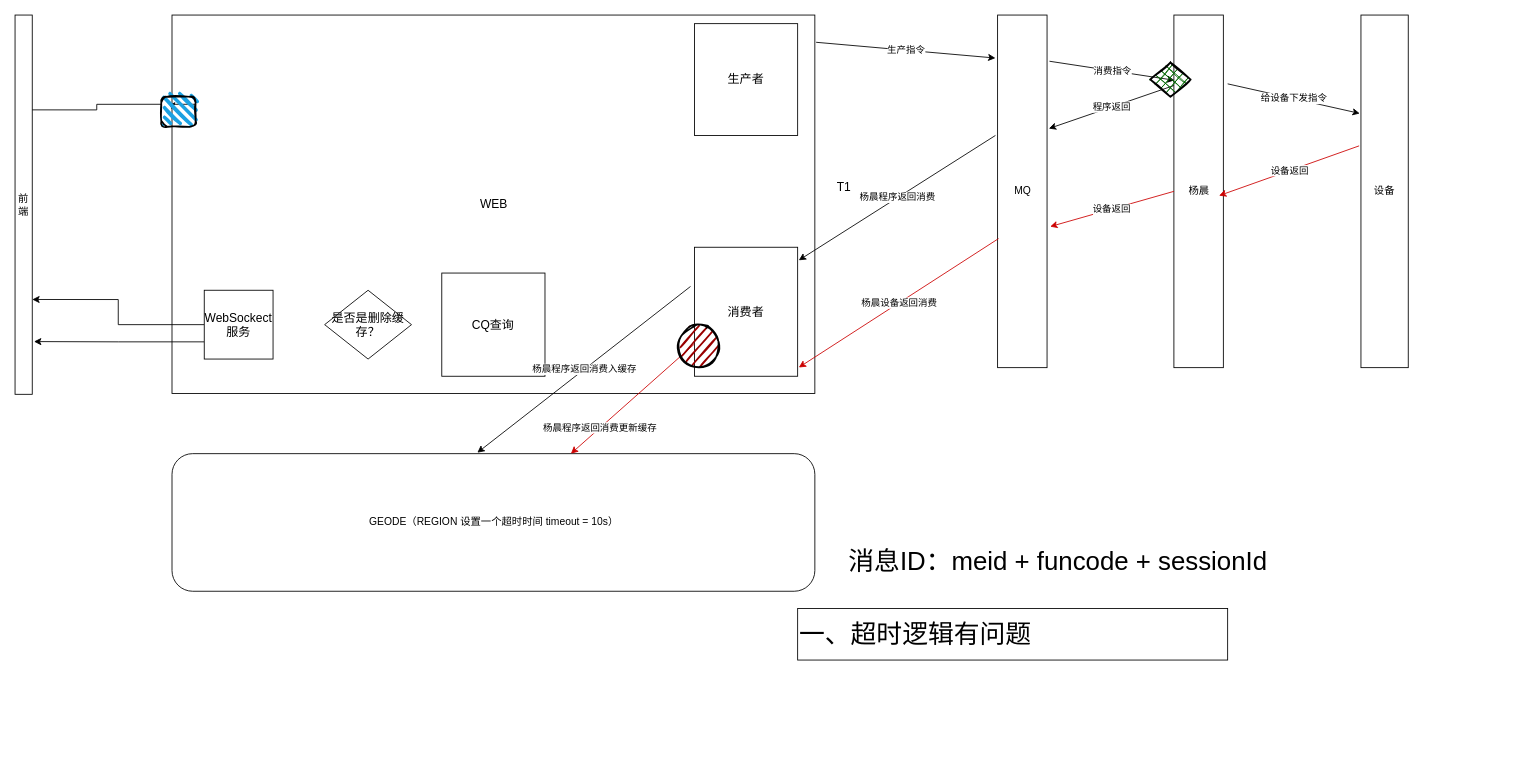
The draw.io diagram test.drawio in zm52hz/test1, before the edit. Source tidied: cells renumbered, new cells numbered last; positions are measured from the earlier drawing's top-left corner, leaving out a move shared by most shapes. Both pictures are drawn from the tidied source at 86%, with x=0, y=0 at pixel (15, 15).
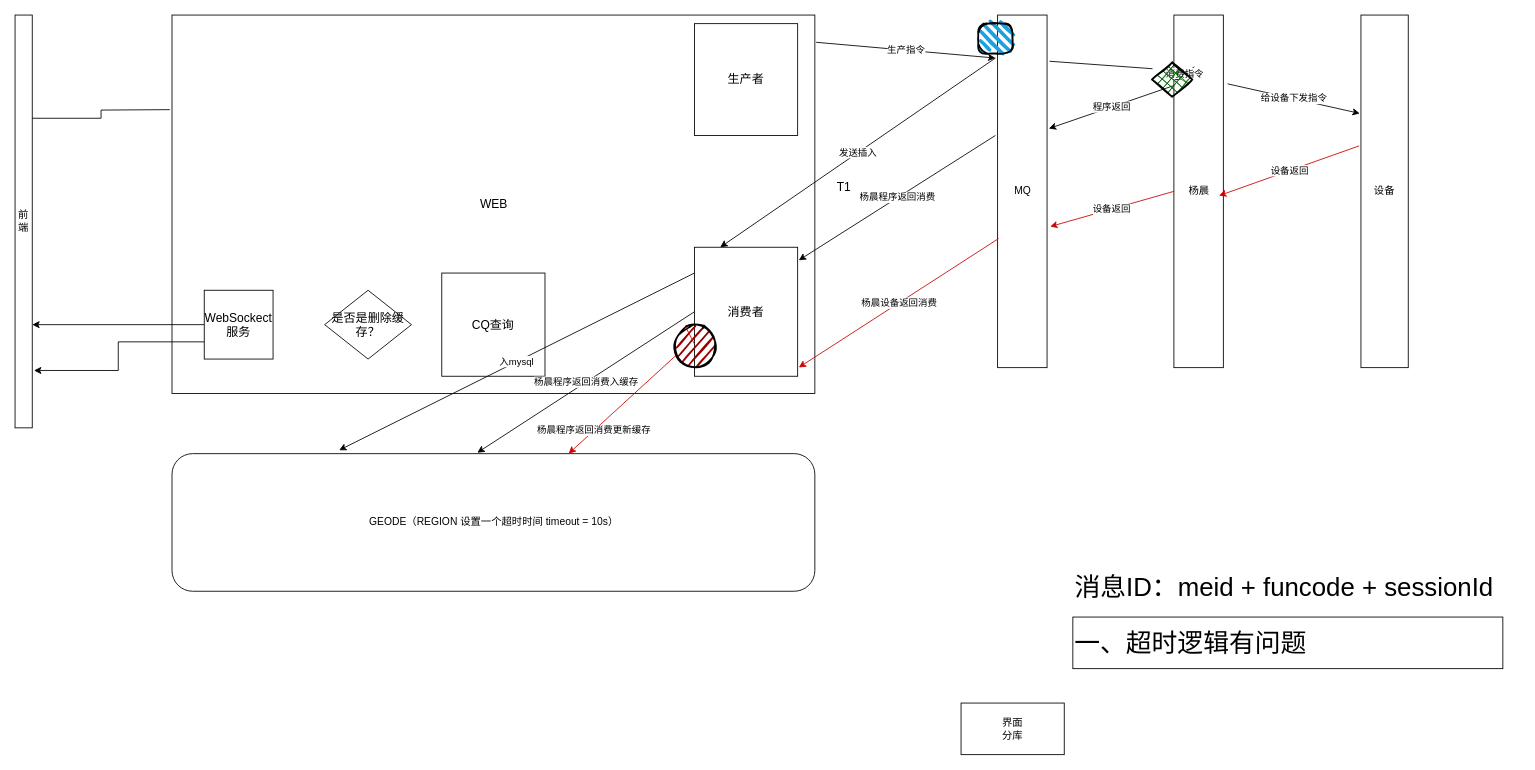
The same diagram, later.

Unchanged cells that the change refers to:
```xml
<mxCell id="2" value="WEB" style="rounded=0;whiteSpace=wrap;html=1;fontSize=14;" parent="1" vertex="1">
  <mxGeometry x="182.5" width="747.5" height="440" as="geometry" />
</mxCell>
<mxCell id="5" value="MQ" style="rounded=0;whiteSpace=wrap;html=1;" parent="1" vertex="1">
  <mxGeometry x="1142.5" width="57.5" height="410" as="geometry" />
</mxCell>
<mxCell id="6" value="杨晨" style="rounded=0;whiteSpace=wrap;html=1;" parent="1" vertex="1">
  <mxGeometry x="1347.5" width="57.5" height="410" as="geometry" />
</mxCell>
<mxCell id="15" value="GEODE（REGION 设置一个超时时间 timeout = 10s）" style="rounded=1;whiteSpace=wrap;html=1;" parent="1" vertex="1">
  <mxGeometry x="182.5" y="510" width="747.5" height="160" as="geometry" />
</mxCell>
<mxCell id="16" value="消费者" style="rounded=0;whiteSpace=wrap;html=1;fontSize=14;" parent="1" vertex="1">
  <mxGeometry x="790" y="270" width="120" height="150" as="geometry" />
</mxCell>
```

Change to the diagram source:
```diff
@@
-    <mxCell id="3" style="edgeStyle=orthogonalEdgeStyle;rounded=0;jettySize=auto;html=1;exitX=1;exitY=0.25;exitDx=0;exitDy=0;entryX=0;entryY=0.25;entryDx=0;entryDy=0;startArrow=none;" parent="1" edge="1" source="30" target="2">
-      <mxGeometry relative="1" as="geometry" />
-    </mxCell>
     <mxCell id="4" value="前端" style="rounded=0;whiteSpace=wrap;html=1;" parent="1" vertex="1">
-      <mxGeometry width="20" height="441" as="geometry" />
+      <mxGeometry width="20" height="480" as="geometry" />
     </mxCell>
@@
-    <mxCell id="18" value="消费指令" style="endArrow=classic;html=1;rounded=0;exitX=1.049;exitY=0.131;exitDx=0;exitDy=0;exitPerimeter=0;entryX=0.013;entryY=0.185;entryDx=0;entryDy=0;entryPerimeter=0;" parent="1" edge="1" source="5" target="6">
+    <mxCell id="18" value="消费指令" style="endArrow=classic;html=1;rounded=0;exitX=1.049;exitY=0.131;exitDx=0;exitDy=0;exitPerimeter=0;entryX=0.013;entryY=0.185;entryDx=0;entryDy=0;entryPerimeter=0;startArrow=none;" parent="1" edge="1" source="29" target="6">
       <mxGeometry relative="1" as="geometry" />
     </mxCell>
@@
-    <mxCell id="25" value="杨晨程序返回消费入缓存" style="endArrow=classic;html=1;rounded=0;entryX=0.475;entryY=-0.007;entryDx=0;entryDy=0;entryPerimeter=0;exitX=-0.038;exitY=0.304;exitDx=0;exitDy=0;exitPerimeter=0;" parent="1" edge="1" source="16" target="15">
+    <mxCell id="25" value="杨晨程序返回消费入缓存" style="endArrow=classic;html=1;rounded=0;entryX=0.475;entryY=-0.007;entryDx=0;entryDy=0;entryPerimeter=0;exitX=0;exitY=0.5;exitDx=0;exitDy=0;" parent="1" edge="1" source="16" target="15">
       <mxGeometry relative="1" as="geometry" />
     </mxCell>
-    <mxCell id="26" value="杨晨程序返回消费更新缓存" style="endArrow=classic;html=1;rounded=0;exitX=0;exitY=0.75;exitDx=0;exitDy=0;startArrow=none;strokeColor=#CC0000;" parent="1" edge="1" source="16" target="15">
+    <mxCell id="26" value="杨晨程序返回消费更新缓存" style="endArrow=classic;html=1;rounded=0;exitX=0;exitY=0.75;exitDx=0;exitDy=0;startArrow=none;strokeColor=#CC0000;" parent="1" edge="1" source="28" target="15">
       <mxGeometry x="0.53" relative="1" as="geometry" />
     </mxCell>
     <mxCell id="27" value="&lt;font style=&quot;font-size: 30px;&quot;&gt;消息ID：meid + funcode + sessionId&amp;nbsp;&lt;/font&gt;" style="text;html=1;strokeColor=none;fillColor=none;align=center;verticalAlign=middle;whiteSpace=wrap;rounded=0;" parent="1" vertex="1">
-      <mxGeometry x="947" y="600" width="540" height="70" as="geometry" />
+      <mxGeometry x="1210" y="630" width="540" height="70" as="geometry" />
     </mxCell>
-    <mxCell id="28" style="ellipse;whiteSpace=wrap;html=1;strokeWidth=2;fillWeight=2;hachureGap=8;fillColor=#990000;fillStyle=dots;sketch=1;fontSize=30;" parent="1" vertex="1">
-      <mxGeometry x="770" y="360" width="50" height="50" as="geometry" />
-    </mxCell>
-    <mxCell id="29" style="rhombus;whiteSpace=wrap;html=1;strokeWidth=2;fillWeight=-1;hachureGap=8;fillStyle=cross-hatch;fillColor=#006600;sketch=1;fontSize=30;" parent="1" vertex="1">
-      <mxGeometry x="1320" y="55" width="47" height="40" as="geometry" />
-    </mxCell>
-    <mxCell id="30" style="rounded=1;whiteSpace=wrap;html=1;strokeWidth=2;fillWeight=4;hachureGap=8;hachureAngle=45;fillColor=#1ba1e2;sketch=1;arcSize=20;" parent="1" vertex="1">
-      <mxGeometry x="170" y="95" width="40" height="35" as="geometry" />
+    <mxCell id="30" style="rounded=1;whiteSpace=wrap;html=1;strokeWidth=2;fillWeight=4;hachureGap=8;hachureAngle=45;fillColor=#1ba1e2;sketch=1;arcSize=34;" parent="1" vertex="1">
+      <mxGeometry x="1120" y="10" width="40" height="35" as="geometry" />
     </mxCell>
-    <mxCell id="31" style="edgeStyle=orthogonalEdgeStyle;rounded=0;jettySize=auto;html=1;exitX=1;exitY=0.25;exitDx=0;exitDy=0;entryX=0;entryY=0.25;entryDx=0;entryDy=0;endArrow=none;" parent="1" edge="1" source="4" target="30">
-      <mxGeometry relative="1" as="geometry" />
+    <mxCell id="31" style="edgeStyle=orthogonalEdgeStyle;rounded=0;jettySize=auto;html=1;exitX=1;exitY=0.25;exitDx=0;exitDy=0;endArrow=none;" parent="1" edge="1" source="4">
+      <mxGeometry relative="1" as="geometry">
+        <mxPoint x="180" y="110" as="targetPoint" />
+      </mxGeometry>
     </mxCell>
     <mxCell id="32" value="一、超时逻辑有问题" style="rounded=0;whiteSpace=wrap;html=1;fontSize=30;align=left;" parent="1" vertex="1">
-      <mxGeometry x="910" y="690" width="500" height="60" as="geometry" />
+      <mxGeometry x="1230" y="700" width="500" height="60" as="geometry" />
     </mxCell>
+    <mxCell id="29" style="rhombus;whiteSpace=wrap;html=1;strokeWidth=2;fillWeight=-1;hachureGap=8;fillStyle=cross-hatch;fillColor=#006600;sketch=1;fontSize=30;" parent="1" vertex="1">
+      <mxGeometry x="1322" y="55" width="47" height="40" as="geometry" />
+    </mxCell>
+    <mxCell id="33" style="endArrow=none;html=1;rounded=0;exitX=1.049;exitY=0.131;exitDx=0;exitDy=0;exitPerimeter=0;entryX=0.013;entryY=0.185;entryDx=0;entryDy=0;entryPerimeter=0;" parent="1" edge="1" source="5" target="29">
+      <mxGeometry relative="1" as="geometry" />
+    </mxCell>
+    <mxCell id="28" style="ellipse;whiteSpace=wrap;html=1;strokeWidth=2;fillWeight=2;hachureGap=8;fillColor=#990000;fillStyle=dots;sketch=1;fontSize=30;" parent="1" vertex="1">
+      <mxGeometry x="766" y="360" width="50" height="50" as="geometry" />
+    </mxCell>
+    <mxCell id="34" style="endArrow=none;html=1;rounded=0;exitX=0;exitY=0.75;exitDx=0;exitDy=0;startArrow=none;strokeColor=#CC0000;" parent="1" edge="1" source="16" target="28">
+      <mxGeometry x="0.53" relative="1" as="geometry" />
+    </mxCell>
+    <mxCell id="35" value="发送插入" style="endArrow=classic;html=1;rounded=0;entryX=0.25;entryY=0;entryDx=0;entryDy=0;" parent="1" edge="1" target="16">
+      <mxGeometry relative="1" as="geometry">
+        <mxPoint x="1140" y="50" as="sourcePoint" />
+      </mxGeometry>
+    </mxCell>
+    <mxCell id="36" value="入mysql" style="endArrow=classic;html=1;rounded=0;exitX=0;exitY=0.2;exitDx=0;exitDy=0;exitPerimeter=0;entryX=0.26;entryY=-0.025;entryDx=0;entryDy=0;entryPerimeter=0;" parent="1" edge="1" source="16" target="15">
+      <mxGeometry relative="1" as="geometry" />
+    </mxCell>
+    <mxCell id="37" value="界面&lt;br&gt;分库&lt;br&gt;" style="rounded=0;whiteSpace=wrap;html=1;" parent="1" vertex="1">
+      <mxGeometry x="1100" y="800" width="120" height="60" as="geometry" />
+    </mxCell>
```
